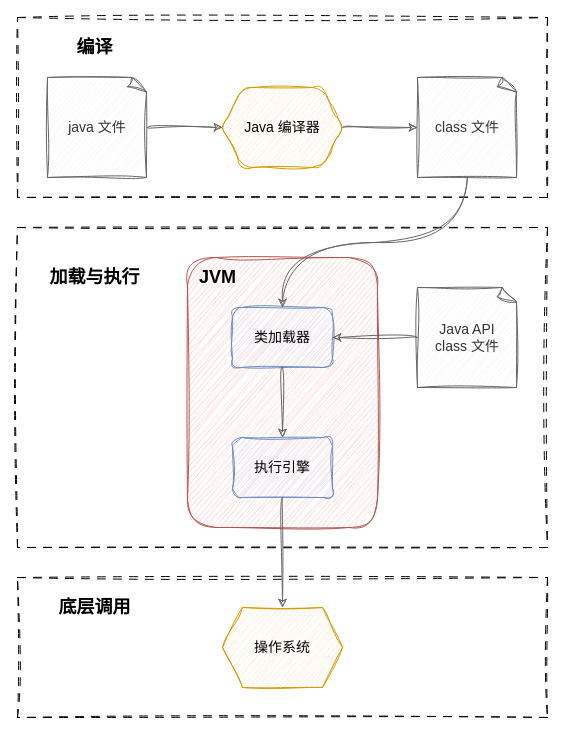
Before: page "类加载" (6 of 6) of assets/Java/JavaCore/Java虚拟机.drawio in dunwu/waterdrop, a draw.io diagram. Source tidied: cells renumbered, new cells numbered last; positions are measured from the earlier drawing's top-left corner, leaving out a move shared by most shapes. Both pictures are drawn from the tidied source at 100%, with x=0, y=0 at pixel (17, 17).
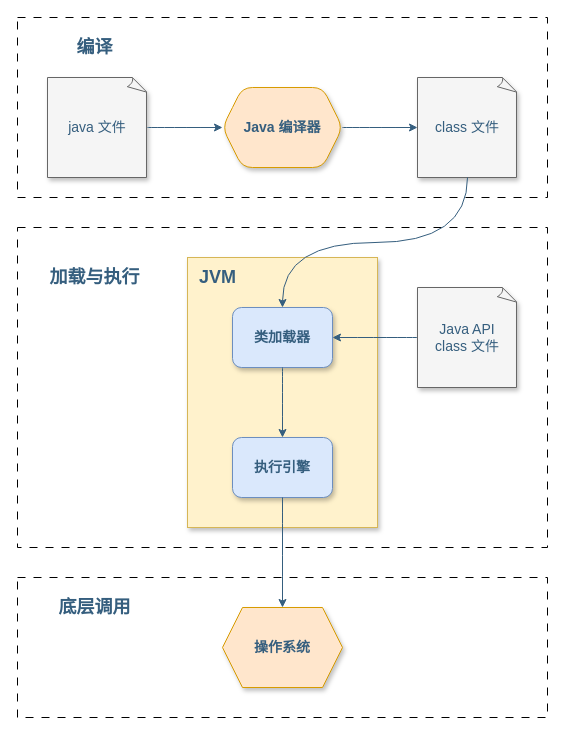
The same page after the edit.

Diff of the diagram source:
```diff
@@
-    <mxCell id="2" style="group;" parent="1" vertex="1">
-      <mxGeometry width="530" height="700" as="geometry" />
-    </mxCell>
-    <mxCell id="3" style="rounded=0;whiteSpace=wrap;html=1;sketch=1;jiggle=2;curveFitting=1;align=center;verticalAlign=middle;fontFamily=Helvetica;fontSize=14;dashed=1;dashPattern=8 8;" parent="2" vertex="1">
+    <mxCell id="3" style="rounded=0;whiteSpace=wrap;html=1;align=center;verticalAlign=middle;fontFamily=Helvetica;fontSize=14;dashed=1;dashPattern=8 8;fillColor=none;fontColor=#355E7E;" parent="1" vertex="1">
       <mxGeometry y="560" width="530" height="140" as="geometry" />
     </mxCell>
-    <mxCell id="4" style="rounded=0;whiteSpace=wrap;html=1;sketch=1;jiggle=2;curveFitting=1;align=center;verticalAlign=middle;fontFamily=Helvetica;fontSize=14;dashed=1;dashPattern=8 8;shadow=0;" parent="2" vertex="1">
+    <mxCell id="4" style="rounded=0;whiteSpace=wrap;html=1;align=center;verticalAlign=middle;fontFamily=Helvetica;fontSize=14;dashed=1;dashPattern=8 8;shadow=0;fillColor=none;fontColor=#355E7E;" parent="1" vertex="1">
       <mxGeometry width="530" height="180" as="geometry" />
     </mxCell>
-    <mxCell id="5" style="rounded=0;whiteSpace=wrap;html=1;sketch=1;jiggle=2;curveFitting=1;align=center;verticalAlign=middle;fontFamily=Helvetica;fontSize=14;dashed=1;dashPattern=8 8;" parent="2" vertex="1">
+    <mxCell id="5" style="rounded=0;whiteSpace=wrap;html=1;align=center;verticalAlign=middle;fontFamily=Helvetica;fontSize=14;dashed=1;dashPattern=8 8;fillColor=none;fontColor=#355E7E;" parent="1" vertex="1">
       <mxGeometry y="210" width="530" height="320" as="geometry" />
     </mxCell>
-    <mxCell id="6" style="rounded=1;whiteSpace=wrap;html=1;sketch=1;jiggle=2;curveFitting=1;strokeColor=#b85450;align=center;verticalAlign=middle;fontFamily=Helvetica;fontSize=14;fillColor=#f8cecc;" parent="2" vertex="1">
+    <mxCell id="6" style="rounded=0;whiteSpace=wrap;html=1;strokeColor=#d6b656;align=center;verticalAlign=middle;fontFamily=Helvetica;fontSize=14;fillColor=#fff2cc;shadow=1;fontColor=#355E7E;fontStyle=1;" parent="1" vertex="1">
       <mxGeometry x="170" y="240" width="190" height="270" as="geometry" />
     </mxCell>
-    <mxCell id="7" value="java 文件" style="whiteSpace=wrap;html=1;shape=mxgraph.basic.document;rounded=1;sketch=1;jiggle=2;curveFitting=1;strokeColor=#666666;align=center;verticalAlign=middle;fontFamily=Helvetica;fontSize=14;fontColor=#333333;fillColor=#f5f5f5;" parent="2" vertex="1">
+    <mxCell id="7" value="java 文件" style="whiteSpace=wrap;html=1;shape=mxgraph.basic.document;rounded=1;strokeColor=#666666;align=center;verticalAlign=middle;fontFamily=Helvetica;fontSize=14;fontColor=#355E7E;fillColor=#f5f5f5;shadow=1;" parent="1" vertex="1">
       <mxGeometry x="30" y="60" width="100" height="100" as="geometry" />
     </mxCell>
-    <mxCell id="8" value="class 文件" style="whiteSpace=wrap;html=1;shape=mxgraph.basic.document;rounded=1;sketch=1;jiggle=2;curveFitting=1;strokeColor=#666666;align=center;verticalAlign=middle;fontFamily=Helvetica;fontSize=14;fontColor=#333333;fillColor=#f5f5f5;" parent="2" vertex="1">
+    <mxCell id="8" value="class 文件" style="whiteSpace=wrap;html=1;shape=mxgraph.basic.document;rounded=1;strokeColor=#666666;align=center;verticalAlign=middle;fontFamily=Helvetica;fontSize=14;fontColor=#355E7E;fillColor=#f5f5f5;shadow=1;" parent="1" vertex="1">
       <mxGeometry x="400" y="60" width="100" height="100" as="geometry" />
     </mxCell>
-    <mxCell id="9" value="类加载器" style="whiteSpace=wrap;html=1;rounded=1;sketch=1;jiggle=2;curveFitting=1;strokeColor=#6c8ebf;align=center;verticalAlign=middle;fontFamily=Helvetica;fontSize=14;fillColor=#dae8fc;" parent="2" vertex="1">
+    <mxCell id="9" value="类加载器" style="whiteSpace=wrap;html=1;rounded=1;strokeColor=#6c8ebf;align=center;verticalAlign=middle;fontFamily=Helvetica;fontSize=14;fillColor=#dae8fc;shadow=1;fontColor=#355E7E;fontStyle=1;" parent="1" vertex="1">
       <mxGeometry x="215" y="290" width="100" height="60" as="geometry" />
     </mxCell>
-    <mxCell id="10" style="edgeStyle=orthogonalEdgeStyle;jettySize=auto;html=1;exitX=0.5;exitY=1;exitDx=0;exitDy=0;exitPerimeter=0;entryX=0.5;entryY=0;entryDx=0;entryDy=0;fontFamily=Helvetica;fontSize=14;fontColor=default;curved=1;fillColor=#f5f5f5;strokeColor=#666666;sketch=1;curveFitting=1;jiggle=2;" parent="2" edge="1" source="8" target="9">
+    <mxCell id="10" style="edgeStyle=orthogonalEdgeStyle;jettySize=auto;html=1;exitX=0.5;exitY=1;exitDx=0;exitDy=0;exitPerimeter=0;entryX=0.5;entryY=0;entryDx=0;entryDy=0;fontFamily=Helvetica;fontSize=14;fontColor=#355E7E;curved=1;fillColor=#f5f5f5;strokeColor=#355E7E;" parent="1" edge="1" source="8" target="9">
       <mxGeometry relative="1" as="geometry" />
     </mxCell>
-    <mxCell id="11" value="执行引擎" style="whiteSpace=wrap;html=1;rounded=1;sketch=1;jiggle=2;curveFitting=1;strokeColor=#6c8ebf;align=center;verticalAlign=middle;fontFamily=Helvetica;fontSize=14;fillColor=#dae8fc;" parent="2" vertex="1">
+    <mxCell id="11" value="执行引擎" style="whiteSpace=wrap;html=1;rounded=1;strokeColor=#6c8ebf;align=center;verticalAlign=middle;fontFamily=Helvetica;fontSize=14;fillColor=#dae8fc;shadow=1;fontColor=#355E7E;fontStyle=1;" parent="1" vertex="1">
       <mxGeometry x="215" y="420" width="100" height="60" as="geometry" />
     </mxCell>
-    <mxCell id="12" style="edgeStyle=orthogonalEdgeStyle;jettySize=auto;html=1;entryX=0.5;entryY=0;entryDx=0;entryDy=0;fontFamily=Helvetica;fontSize=14;fontColor=default;curved=1;fillColor=#f5f5f5;strokeColor=#666666;sketch=1;curveFitting=1;jiggle=2;" parent="2" edge="1" source="9" target="11">
+    <mxCell id="12" style="edgeStyle=orthogonalEdgeStyle;jettySize=auto;html=1;entryX=0.5;entryY=0;entryDx=0;entryDy=0;fontFamily=Helvetica;fontSize=14;fontColor=#355E7E;curved=1;fillColor=#f5f5f5;strokeColor=#355E7E;fontStyle=1;" parent="1" edge="1" source="9" target="11">
       <mxGeometry relative="1" as="geometry" />
     </mxCell>
-    <mxCell id="13" style="edgeStyle=orthogonalEdgeStyle;jettySize=auto;html=1;exitX=0;exitY=0.5;exitDx=0;exitDy=0;exitPerimeter=0;entryX=1;entryY=0.5;entryDx=0;entryDy=0;fontFamily=Helvetica;fontSize=14;fontColor=default;curved=1;fillColor=#f5f5f5;strokeColor=#666666;sketch=1;curveFitting=1;jiggle=2;" parent="2" edge="1" source="14" target="9">
+    <mxCell id="13" style="edgeStyle=orthogonalEdgeStyle;jettySize=auto;html=1;exitX=0;exitY=0.5;exitDx=0;exitDy=0;exitPerimeter=0;entryX=1;entryY=0.5;entryDx=0;entryDy=0;fontFamily=Helvetica;fontSize=14;fontColor=#355E7E;curved=1;fillColor=#f5f5f5;strokeColor=#355E7E;" parent="1" edge="1" source="14" target="9">
       <mxGeometry relative="1" as="geometry" />
     </mxCell>
-    <mxCell id="14" value="Java API&lt;br&gt;class 文件" style="whiteSpace=wrap;html=1;shape=mxgraph.basic.document;rounded=1;sketch=1;jiggle=2;curveFitting=1;strokeColor=#666666;align=center;verticalAlign=middle;fontFamily=Helvetica;fontSize=14;fontColor=#333333;fillColor=#f5f5f5;" parent="2" vertex="1">
+    <mxCell id="14" value="Java API&lt;br&gt;class 文件" style="whiteSpace=wrap;html=1;shape=mxgraph.basic.document;rounded=1;strokeColor=#666666;align=center;verticalAlign=middle;fontFamily=Helvetica;fontSize=14;fontColor=#355E7E;fillColor=#f5f5f5;shadow=1;" parent="1" vertex="1">
       <mxGeometry x="400" y="270" width="100" height="100" as="geometry" />
     </mxCell>
-    <mxCell id="15" style="edgeStyle=orthogonalEdgeStyle;jettySize=auto;html=1;exitX=1;exitY=0.5;exitDx=0;exitDy=0;entryX=0;entryY=0.5;entryDx=0;entryDy=0;entryPerimeter=0;fontFamily=Helvetica;fontSize=14;fontColor=default;curved=1;fillColor=#f5f5f5;strokeColor=#666666;sketch=1;curveFitting=1;jiggle=2;" parent="2" edge="1" source="22" target="8">
+    <mxCell id="15" style="edgeStyle=orthogonalEdgeStyle;jettySize=auto;html=1;exitX=1;exitY=0.5;exitDx=0;exitDy=0;entryX=0;entryY=0.5;entryDx=0;entryDy=0;entryPerimeter=0;fontFamily=Helvetica;fontSize=14;fontColor=#355E7E;curved=1;fillColor=#f5f5f5;strokeColor=#355E7E;" parent="1" edge="1" source="22" target="8">
       <mxGeometry relative="1" as="geometry" />
     </mxCell>
-    <mxCell id="16" value="操作系统" style="shape=hexagon;perimeter=hexagonPerimeter2;whiteSpace=wrap;html=1;fixedSize=1;rounded=0;sketch=1;jiggle=2;curveFitting=1;strokeColor=#d79b00;align=center;verticalAlign=middle;fontFamily=Helvetica;fontSize=14;fillColor=#ffe6cc;" parent="2" vertex="1">
+    <mxCell id="16" value="操作系统" style="shape=hexagon;perimeter=hexagonPerimeter2;whiteSpace=wrap;html=1;fixedSize=1;rounded=0;strokeColor=#d79b00;align=center;verticalAlign=middle;fontFamily=Helvetica;fontSize=14;fillColor=#ffe6cc;shadow=1;fontColor=#355E7E;fontStyle=1;" parent="1" vertex="1">
       <mxGeometry x="205" y="590" width="120" height="80" as="geometry" />
     </mxCell>
-    <mxCell id="17" style="edgeStyle=orthogonalEdgeStyle;jettySize=auto;html=1;exitX=0.5;exitY=1;exitDx=0;exitDy=0;fontFamily=Helvetica;fontSize=14;fontColor=default;curved=1;fillColor=#f5f5f5;strokeColor=#666666;sketch=1;curveFitting=1;jiggle=2;" parent="2" edge="1" source="11" target="16">
+    <mxCell id="17" style="edgeStyle=orthogonalEdgeStyle;jettySize=auto;html=1;exitX=0.5;exitY=1;exitDx=0;exitDy=0;fontFamily=Helvetica;fontSize=14;fontColor=#355E7E;curved=1;fillColor=#f5f5f5;strokeColor=#355E7E;fontStyle=1;" parent="1" edge="1" source="11" target="16">
       <mxGeometry relative="1" as="geometry" />
     </mxCell>
-    <mxCell id="18" value="JVM" style="text;html=1;align=center;verticalAlign=middle;strokeColor=none;fillColor=none;fontSize=18;fontFamily=Helvetica;fontColor=default;fontStyle=1;" parent="2" vertex="1">
+    <mxCell id="18" value="JVM" style="text;html=1;align=center;verticalAlign=middle;strokeColor=none;fillColor=none;fontSize=18;fontFamily=Helvetica;fontColor=#355E7E;fontStyle=1;" parent="1" vertex="1">
       <mxGeometry x="170" y="240" width="60" height="40" as="geometry" />
     </mxCell>
-    <mxCell id="19" value="加载与执行" style="text;html=1;align=center;verticalAlign=middle;strokeColor=none;fillColor=none;fontSize=18;fontFamily=Helvetica;fontColor=default;fontStyle=1;" parent="2" vertex="1">
+    <mxCell id="19" value="加载与执行" style="text;html=1;align=center;verticalAlign=middle;strokeColor=none;fillColor=none;fontSize=18;fontFamily=Helvetica;fontColor=#355E7E;fontStyle=1;" parent="1" vertex="1">
       <mxGeometry x="22" y="240" width="110" height="40" as="geometry" />
     </mxCell>
-    <mxCell id="20" value="底层调用" style="text;html=1;align=center;verticalAlign=middle;strokeColor=none;fillColor=none;fontSize=18;fontFamily=Helvetica;fontColor=default;fontStyle=1;" parent="2" vertex="1">
+    <mxCell id="20" value="底层调用" style="text;html=1;align=center;verticalAlign=middle;strokeColor=none;fillColor=none;fontSize=18;fontFamily=Helvetica;fontColor=#355E7E;fontStyle=1;" parent="1" vertex="1">
       <mxGeometry x="27" y="570" width="100" height="40" as="geometry" />
     </mxCell>
-    <mxCell id="21" value="编译" style="text;html=1;align=center;verticalAlign=middle;strokeColor=none;fillColor=none;fontSize=18;fontFamily=Helvetica;fontColor=default;fontStyle=1;" parent="2" vertex="1">
+    <mxCell id="21" value="编译" style="text;html=1;align=center;verticalAlign=middle;strokeColor=none;fillColor=none;fontSize=18;fontFamily=Helvetica;fontColor=#355E7E;fontStyle=1;" parent="1" vertex="1">
       <mxGeometry x="47" y="10" width="60" height="40" as="geometry" />
     </mxCell>
-    <mxCell id="22" value="Java 编译器" style="shape=hexagon;perimeter=hexagonPerimeter2;whiteSpace=wrap;html=1;fixedSize=1;rounded=1;sketch=1;jiggle=2;curveFitting=1;strokeColor=#d79b00;align=center;verticalAlign=middle;fontFamily=Helvetica;fontSize=14;fillColor=#ffe6cc;" parent="2" vertex="1">
+    <mxCell id="22" value="Java 编译器" style="shape=hexagon;perimeter=hexagonPerimeter2;whiteSpace=wrap;html=1;fixedSize=1;rounded=1;strokeColor=#d79b00;align=center;verticalAlign=middle;fontFamily=Helvetica;fontSize=14;fillColor=#ffe6cc;shadow=1;fontColor=#355E7E;fontStyle=1;" parent="1" vertex="1">
       <mxGeometry x="205" y="70" width="120" height="80" as="geometry" />
     </mxCell>
-    <mxCell id="23" style="edgeStyle=orthogonalEdgeStyle;jettySize=auto;html=1;exitX=1;exitY=0.5;exitDx=0;exitDy=0;exitPerimeter=0;entryX=0;entryY=0.5;entryDx=0;entryDy=0;fontFamily=Helvetica;fontSize=14;fontColor=default;curved=1;fillColor=#f5f5f5;strokeColor=#666666;sketch=1;curveFitting=1;jiggle=2;" parent="2" edge="1" source="7" target="22">
+    <mxCell id="23" style="edgeStyle=orthogonalEdgeStyle;jettySize=auto;html=1;exitX=1;exitY=0.5;exitDx=0;exitDy=0;exitPerimeter=0;entryX=0;entryY=0.5;entryDx=0;entryDy=0;fontFamily=Helvetica;fontSize=14;fontColor=#355E7E;curved=1;fillColor=#f5f5f5;strokeColor=#355E7E;" parent="1" edge="1" source="7" target="22">
       <mxGeometry relative="1" as="geometry" />
     </mxCell>
```
